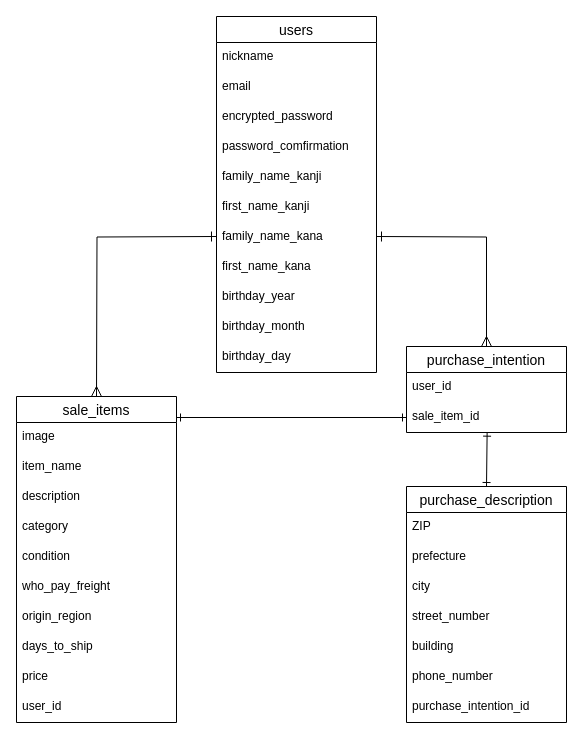
This is furimaER.dio from AkasakA8527/furima-40146, a draw.io file, before an edit. Source tidied: cells renumbered, new cells numbered last; positions are measured from the earlier drawing's top-left corner, leaving out a move shared by most shapes. Both pictures are drawn from the tidied source at 100%, with x=0, y=0 at pixel (16, 16).
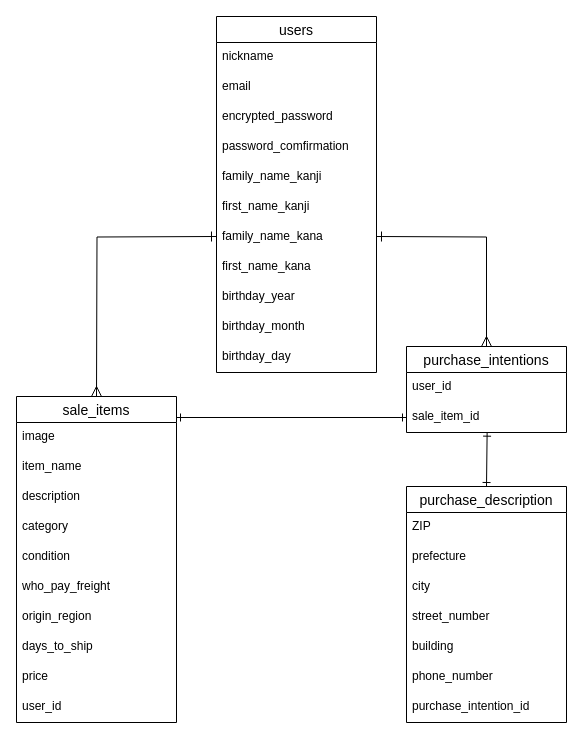
Above is the later version.

The edit, as a diff of the source:
```diff
@@
-    <mxCell id="33" value="purchase_intention" style="swimlane;fontStyle=0;horizontal=1;startSize=26;align=center;fontSize=14;" parent="1" vertex="1">
+    <mxCell id="33" value="purchase_intentions" style="swimlane;fontStyle=0;horizontal=1;startSize=26;align=center;fontSize=14;" parent="1" vertex="1">
       <mxGeometry x="390" y="330" width="160" height="86" as="geometry" />
     </mxCell>
```
